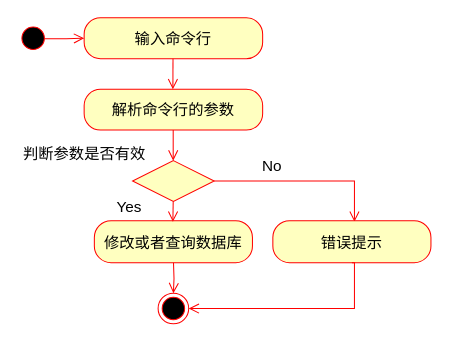
Above: 命令行处理活动图.drawio in PATORITU/PATORITU (draw.io), before the change. Source tidied: cells renumbered, new cells numbered last; positions are measured from the earlier drawing's top-left corner, leaving out a move shared by most shapes. Both pictures are drawn from the tidied source at 102%, with x=0, y=0 at pixel (17, 17).
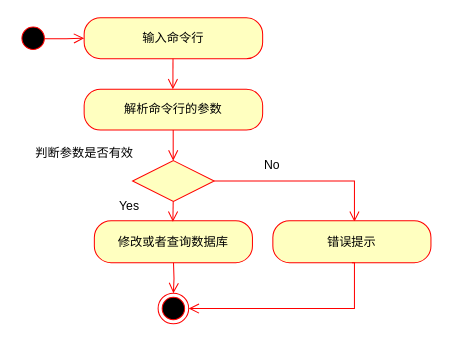
The same page after the edit.

Commit message:
更新命令行处理活动图.drawio

What changed in the source:
```diff
@@
-    <mxCell id="2" style="ellipse;html=1;shape=startState;fillColor=#000000;strokeColor=#ff0000;fontSize=15;" parent="1" vertex="1">
+    <mxCell id="2" style="ellipse;html=1;shape=startState;fillColor=#000000;strokeColor=#ff0000;fontSize=12;fontFamily=宋体;" parent="1" vertex="1">
       <mxGeometry y="5" width="30" height="30" as="geometry" />
     </mxCell>
-    <mxCell id="3" style="edgeStyle=orthogonalEdgeStyle;html=1;verticalAlign=bottom;endArrow=open;endSize=8;strokeColor=#ff0000;rounded=0;entryX=0;entryY=0.5;entryDx=0;entryDy=0;exitX=0.858;exitY=0.514;exitDx=0;exitDy=0;exitPerimeter=0;fontSize=15;" parent="1" edge="1" source="2" target="4">
+    <mxCell id="3" style="edgeStyle=orthogonalEdgeStyle;html=1;verticalAlign=bottom;endArrow=open;endSize=8;strokeColor=#ff0000;rounded=0;entryX=0;entryY=0.5;entryDx=0;entryDy=0;exitX=0.858;exitY=0.514;exitDx=0;exitDy=0;exitPerimeter=0;fontSize=12;fontFamily=宋体;" parent="1" edge="1" source="2" target="4">
       <mxGeometry relative="1" as="geometry" />
     </mxCell>
-    <mxCell id="4" value="输入命令行" style="rounded=1;whiteSpace=wrap;html=1;arcSize=40;fontColor=#000000;fillColor=#ffffc0;strokeColor=#ff0000;fontSize=15;" parent="1" vertex="1">
+    <mxCell id="4" value="输入命令行" style="rounded=1;whiteSpace=wrap;html=1;arcSize=40;fontColor=#000000;fillColor=#ffffc0;strokeColor=#ff0000;fontSize=12;fontFamily=宋体;" parent="1" vertex="1">
       <mxGeometry x="65" width="175" height="40" as="geometry" />
     </mxCell>
-    <mxCell id="5" value="修改或者查询数据库" style="rounded=1;whiteSpace=wrap;html=1;arcSize=40;fontColor=#000000;fillColor=#ffffc0;strokeColor=#ff0000;fontSize=15;" parent="1" vertex="1">
+    <mxCell id="5" value="修改或者查询数据库" style="rounded=1;whiteSpace=wrap;html=1;arcSize=40;fontColor=#000000;fillColor=#ffffc0;strokeColor=#ff0000;fontSize=12;fontFamily=宋体;" parent="1" vertex="1">
       <mxGeometry x="75" y="199" width="155" height="41" as="geometry" />
     </mxCell>
-    <mxCell id="6" style="rhombus;whiteSpace=wrap;html=1;fontColor=#000000;fillColor=#ffffc0;strokeColor=#ff0000;fontSize=15;" parent="1" vertex="1">
+    <mxCell id="6" style="rhombus;whiteSpace=wrap;html=1;fontColor=#000000;fillColor=#ffffc0;strokeColor=#ff0000;fontSize=12;fontFamily=宋体;" parent="1" vertex="1">
       <mxGeometry x="112.5" y="140" width="80" height="40" as="geometry" />
     </mxCell>
-    <mxCell id="7" style="ellipse;html=1;shape=endState;fillColor=#000000;strokeColor=#ff0000;fontSize=15;" parent="1" vertex="1">
+    <mxCell id="7" style="ellipse;html=1;shape=endState;fillColor=#000000;strokeColor=#ff0000;fontSize=12;fontFamily=宋体;" parent="1" vertex="1">
       <mxGeometry x="137.5" y="270" width="30" height="30" as="geometry" />
     </mxCell>
-    <mxCell id="8" style="edgeStyle=orthogonalEdgeStyle;html=1;verticalAlign=bottom;endArrow=open;endSize=8;strokeColor=#ff0000;rounded=0;exitX=1;exitY=0.5;exitDx=0;exitDy=0;fontSize=15;" parent="1" edge="1" source="6">
+    <mxCell id="8" style="edgeStyle=orthogonalEdgeStyle;html=1;verticalAlign=bottom;endArrow=open;endSize=8;strokeColor=#ff0000;rounded=0;exitX=1;exitY=0.5;exitDx=0;exitDy=0;fontSize=12;fontFamily=宋体;" parent="1" edge="1" source="6">
       <mxGeometry relative="1" as="geometry">
         <mxPoint x="330" y="200" as="targetPoint" />
         <Array as="points">
           <mxPoint x="330" y="160" />
         </Array>
       </mxGeometry>
     </mxCell>
-    <mxCell id="9" value="No" style="edgeLabel;html=1;align=center;verticalAlign=middle;fontSize=15;" parent="1" vertex="1">
+    <mxCell id="9" value="No" style="edgeLabel;html=1;align=center;verticalAlign=middle;fontSize=12;fontFamily=宋体;" parent="1" vertex="1">
       <mxGeometry x="260" y="140" as="geometry">
         <mxPoint x="-12" y="4" as="offset" />
       </mxGeometry>
     </mxCell>
-    <mxCell id="10" value="解析命令行的参数" style="rounded=1;whiteSpace=wrap;html=1;arcSize=40;fontColor=#000000;fillColor=#ffffc0;strokeColor=#ff0000;fontSize=15;" parent="1" vertex="1">
+    <mxCell id="10" value="解析命令行的参数" style="rounded=1;whiteSpace=wrap;html=1;arcSize=40;fontColor=#000000;fillColor=#ffffc0;strokeColor=#ff0000;fontSize=12;fontFamily=宋体;" parent="1" vertex="1">
       <mxGeometry x="65" y="70" width="175" height="40" as="geometry" />
     </mxCell>
-    <mxCell id="11" style="edgeStyle=orthogonalEdgeStyle;html=1;verticalAlign=bottom;endArrow=open;endSize=8;strokeColor=#ff0000;rounded=0;fontSize=15;" parent="1" edge="1">
+    <mxCell id="11" style="edgeStyle=orthogonalEdgeStyle;html=1;verticalAlign=bottom;endArrow=open;endSize=8;strokeColor=#ff0000;rounded=0;fontSize=12;fontFamily=宋体;" parent="1" edge="1">
       <mxGeometry relative="1" as="geometry">
         <mxPoint x="152.1" y="40" as="sourcePoint" />
         <mxPoint x="152" y="70" as="targetPoint" />
         <Array as="points">
           <mxPoint x="152.1" y="40" />
         </Array>
       </mxGeometry>
     </mxCell>
-    <mxCell id="12" value="判断参数是否有效" style="edgeLabel;html=1;align=center;verticalAlign=middle;fontSize=15;" parent="1" vertex="1">
+    <mxCell id="12" value="判断参数是否有效" style="edgeLabel;html=1;align=center;verticalAlign=middle;fontSize=12;fontFamily=宋体;" parent="1" vertex="1">
       <mxGeometry x="65" y="130" as="geometry">
         <mxPoint x="-1" y="2" as="offset" />
       </mxGeometry>
     </mxCell>
-    <mxCell id="13" value="错误提示" style="rounded=1;whiteSpace=wrap;html=1;arcSize=40;fontColor=#000000;fillColor=#ffffc0;strokeColor=#ff0000;fontSize=15;" parent="1" vertex="1">
+    <mxCell id="13" value="错误提示" style="rounded=1;whiteSpace=wrap;html=1;arcSize=40;fontColor=#000000;fillColor=#ffffc0;strokeColor=#ff0000;fontSize=12;fontFamily=宋体;" parent="1" vertex="1">
       <mxGeometry x="250" y="199" width="155" height="41" as="geometry" />
     </mxCell>
-    <mxCell id="14" style="edgeStyle=orthogonalEdgeStyle;html=1;verticalAlign=bottom;endArrow=open;endSize=8;strokeColor=#ff0000;rounded=0;fontSize=15;" parent="1" edge="1">
+    <mxCell id="14" style="edgeStyle=orthogonalEdgeStyle;html=1;verticalAlign=bottom;endArrow=open;endSize=8;strokeColor=#ff0000;rounded=0;fontSize=12;fontFamily=宋体;" parent="1" edge="1">
       <mxGeometry relative="1" as="geometry">
         <mxPoint x="152.3" y="110" as="sourcePoint" />
         <mxPoint x="152.3" y="140" as="targetPoint" />
         <Array as="points">
           <mxPoint x="152.3" y="110" />
         </Array>
       </mxGeometry>
     </mxCell>
-    <mxCell id="15" style="edgeStyle=orthogonalEdgeStyle;html=1;verticalAlign=bottom;endArrow=open;endSize=8;strokeColor=#ff0000;rounded=0;fontSize=15;" parent="1" edge="1">
+    <mxCell id="15" style="edgeStyle=orthogonalEdgeStyle;html=1;verticalAlign=bottom;endArrow=open;endSize=8;strokeColor=#ff0000;rounded=0;fontSize=12;fontFamily=宋体;" parent="1" edge="1">
       <mxGeometry relative="1" as="geometry">
         <mxPoint x="152.3" y="180" as="sourcePoint" />
         <mxPoint x="152" y="200" as="targetPoint" />
         <Array as="points">
           <mxPoint x="152.3" y="180" />
         </Array>
       </mxGeometry>
     </mxCell>
-    <mxCell id="16" style="edgeStyle=orthogonalEdgeStyle;html=1;verticalAlign=bottom;endArrow=open;endSize=8;strokeColor=#ff0000;rounded=0;fontSize=15;entryX=0.5;entryY=0;entryDx=0;entryDy=0;" parent="1" edge="1" target="7">
+    <mxCell id="16" style="edgeStyle=orthogonalEdgeStyle;html=1;verticalAlign=bottom;endArrow=open;endSize=8;strokeColor=#ff0000;rounded=0;fontSize=12;entryX=0.5;entryY=0;entryDx=0;entryDy=0;fontFamily=宋体;" parent="1" edge="1" target="7">
       <mxGeometry relative="1" as="geometry">
         <mxPoint x="152.6" y="240" as="sourcePoint" />
       </mxGeometry>
     </mxCell>
-    <mxCell id="17" style="edgeStyle=orthogonalEdgeStyle;html=1;verticalAlign=bottom;endArrow=open;endSize=8;strokeColor=#ff0000;rounded=0;exitX=0.5;exitY=1;exitDx=0;exitDy=0;fontSize=15;entryX=1;entryY=0.5;entryDx=0;entryDy=0;" parent="1" edge="1" source="13" target="7">
+    <mxCell id="17" style="edgeStyle=orthogonalEdgeStyle;html=1;verticalAlign=bottom;endArrow=open;endSize=8;strokeColor=#ff0000;rounded=0;exitX=0.5;exitY=1;exitDx=0;exitDy=0;fontSize=12;entryX=1;entryY=0.5;entryDx=0;entryDy=0;fontFamily=宋体;" parent="1" edge="1" source="13" target="7">
       <mxGeometry relative="1" as="geometry">
         <Array as="points">
           <mxPoint x="330" y="240" />
           <mxPoint x="330" y="285" />
         </Array>
       </mxGeometry>
     </mxCell>
-    <mxCell id="18" value="Yes" style="edgeLabel;html=1;align=center;verticalAlign=middle;fontSize=15;" parent="1" vertex="1">
+    <mxCell id="18" value="Yes" style="edgeLabel;html=1;align=center;verticalAlign=middle;fontSize=12;fontFamily=宋体;" parent="1" vertex="1">
       <mxGeometry x="120" y="180" as="geometry">
         <mxPoint x="-12" y="4" as="offset" />
       </mxGeometry>
     </mxCell>
```
